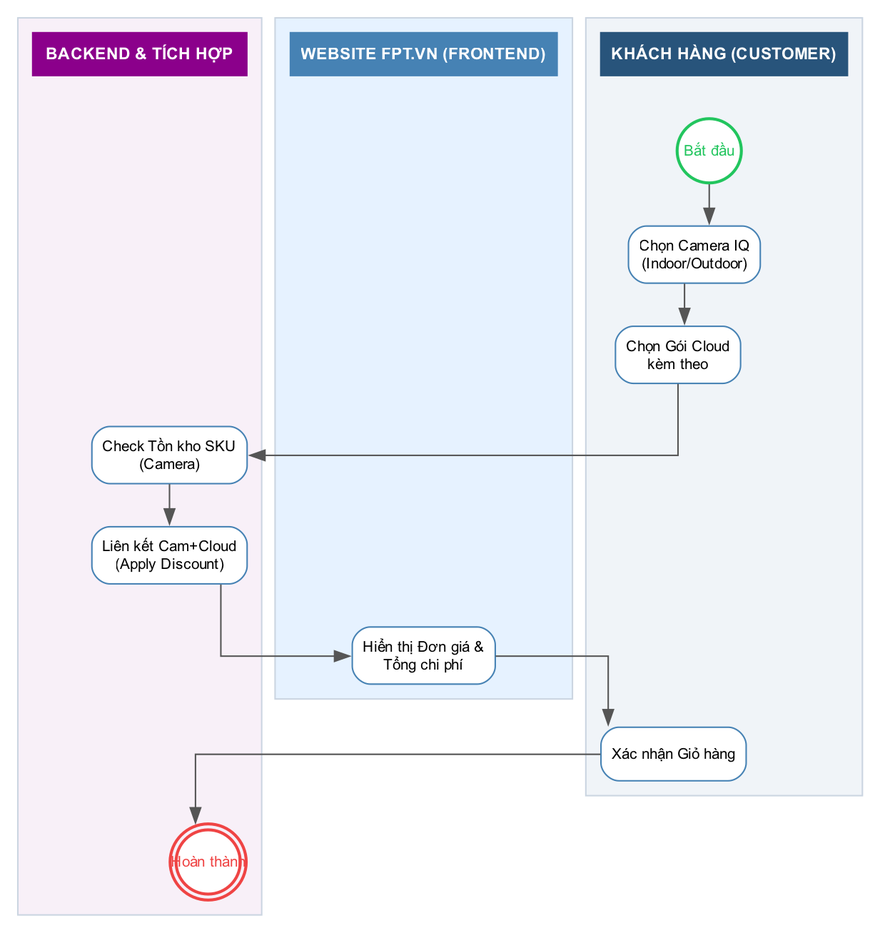
Earlier version of the Graphviz export diagrams/bpmn_fr01_camera.png (hathuy2706-BA/FPT). Its source is kept beside it as diagrams/bpmn_fr01_camera.dot.
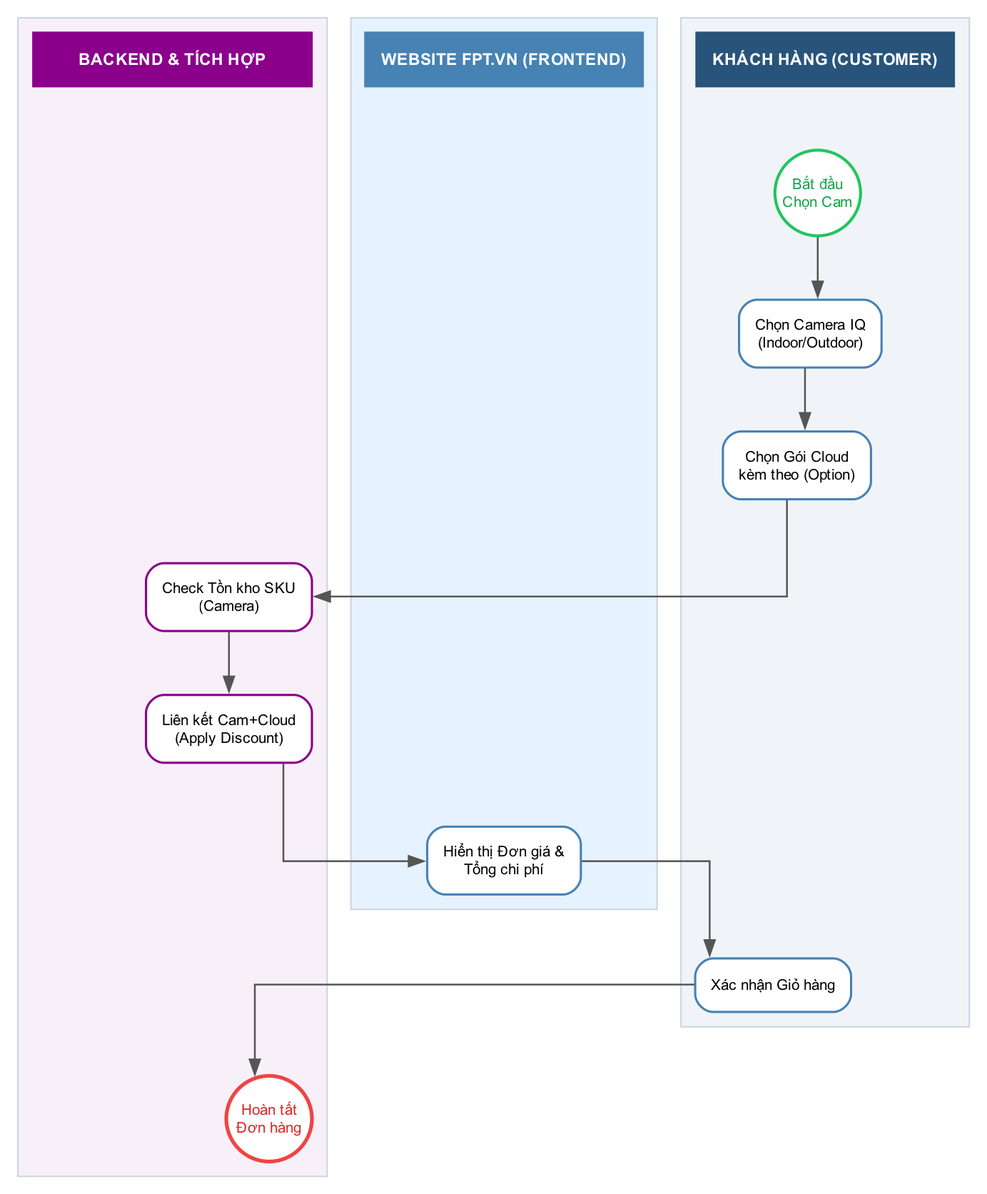
The same diagram one commit later.

Change to the diagram source:
```diff
@@ -2,36 +2,36 @@
 
     rankdir=TB;
     splines=ortho;
-    nodesep=0.4;
-    ranksep=0.4;
+    nodesep=0.5;
+    ranksep=0.6;
     newrank=true;
     compound=true;
     fontname="Arial";
 
-    node [fontname="Arial", fontsize=10, shape=box, style="rounded,filled", fillcolor="white", color="#4682B4", penwidth=1.0, margin=0.1];
-    edge [fontname="Arial", fontsize=9, color="#555555", penwidth=1.0];
+    node [fontname="Arial", fontsize=10, shape=box, style="rounded,filled", fillcolor="white", color="#4682B4", penwidth=1.5, margin=0.15];
+    edge [fontname="Arial", fontsize=9, color="#555555", penwidth=1.2];
 
     subgraph cluster_customer {
         style=filled; color="#CBD5E1"; fillcolor="#F0F4F8"; penwidth=1; label=""; margin=10;
-        h_cust [label="KHÁCH HÀNG (CUSTOMER)", shape=box, style="filled", fillcolor="#28547B", color="#28547B", fontcolor="white", fontsize=11, fontname="Arial bold", width=2.0, height=0.4, fixedsize=false];
-        start [label="Bắt đầu", shape=circle, style="filled", fillcolor="white", color="#22C55E", fontcolor="#22C55E", penwidth=2, width=0.6, fixedsize=true];
+        h_cust [label="KHÁCH HÀNG (CUSTOMER)", shape=box, style="filled", fillcolor="#28547B", color="#28547B", fontcolor="white", fontsize=11, fontname="Arial bold", width=2.4, height=0.5, fixedsize=false];
+        start [label="Bắt đầu\nChọn Cam", shape=circle, style="filled,bold", fillcolor="white", color="#22C55E", fontcolor="#16A34A", penwidth=2, width=0.8, fixedsize=true];
         select_cam [label="Chọn Camera IQ\n(Indoor/Outdoor)"];
-        choose_cloud [label="Chọn Gói Cloud\nkèm theo"];
+        choose_cloud [label="Chọn Gói Cloud\nkèm theo (Option)"];
         view_cart [label="Xác nhận Giỏ hàng"];
         h_cust -> start [style=invis];
     }
     subgraph cluster_fe {
         style=filled; color="#CBD5E1"; fillcolor="#E6F2FF"; penwidth=1; label=""; margin=10;
-        h_fe [label="WEBSITE FPT.VN (FRONTEND)", shape=box, style="filled", fillcolor="#4682B4", color="#4682B4", fontcolor="white", fontsize=11, fontname="Arial bold", width=2.0, height=0.4, fixedsize=false];
+        h_fe [label="WEBSITE FPT.VN (FRONTEND)", shape=box, style="filled", fillcolor="#4682B4", color="#4682B4", fontcolor="white", fontsize=11, fontname="Arial bold", width=2.4, height=0.5, fixedsize=false];
         render_item [label="Hiển thị Đơn giá &\nTổng chi phí"];
         h_fe -> render_item [style=invis];
     }
     subgraph cluster_be {
         style=filled; color="#CBD5E1"; fillcolor="#F8F0F8"; penwidth=1; label=""; margin=10;
-        h_be [label="BACKEND & TÍCH HỢP", shape=box, style="filled", fillcolor="#8B008B", color="#8B008B", fontcolor="white", fontsize=11, fontname="Arial bold", width=2.0, height=0.4, fixedsize=false];
-        check_sku [label="Check Tồn kho SKU\n(Camera)"];
-        bind_cloud [label="Liên kết Cam+Cloud\n(Apply Discount)"];
-        end [label="Hoàn thành", shape=doublecircle, style="filled", fillcolor="white", color="#EF4444", fontcolor="#EF4444", penwidth=2, width=0.6, fixedsize=true];
+        h_be [label="BACKEND & TÍCH HỢP", shape=box, style="filled", fillcolor="#8B008B", color="#8B008B", fontcolor="white", fontsize=11, fontname="Arial bold", width=2.6, height=0.5, fixedsize=false];
+        check_sku [label="Check Tồn kho SKU\n(Camera)", color="#8B008B"];
+        bind_cloud [label="Liên kết Cam+Cloud\n(Apply Discount)", color="#8B008B"];
+        end [label="Hoàn tất\nĐơn hàng", shape=circle, style="filled,bold", fillcolor="white", color="#EF4444", fontcolor="#DC2626", penwidth=2.5, width=0.8, fixedsize=true];
         h_be -> check_sku [style=invis];
     }
     { rank=same; h_cust; h_fe; h_be; }
```
